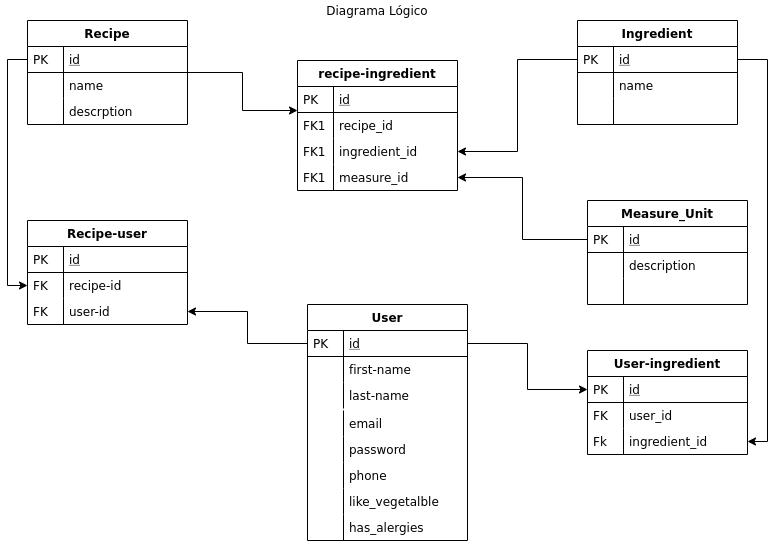
Above: public/images/Diagrama lógico.png in emanuelcortezr/Mi-Keto (draw.io), before the change. Source tidied: cells renumbered, new cells last; positions are measured from the earlier drawing's top-left corner, leaving out a move shared by most shapes.
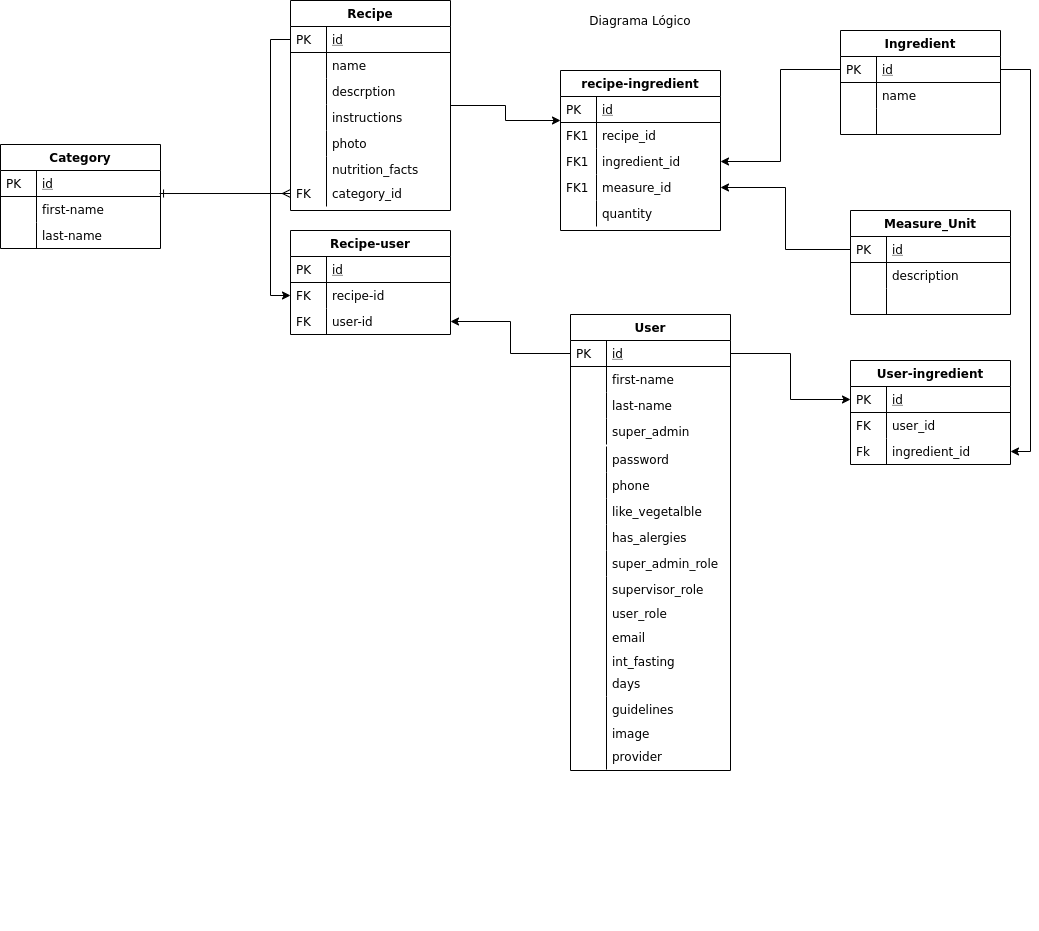
Later version of the same file.

Diff of the diagram source:
```diff
@@ -3,10 +3,10 @@
     <mxCell id="0" />
     <mxCell id="1" parent="0" />
     <mxCell id="2" style="group;" parent="1" vertex="1">
-      <mxGeometry width="720" height="540" as="geometry" />
+      <mxGeometry width="720" height="920" as="geometry" />
     </mxCell>
     <mxCell id="3" value="User" style="swimlane;fontStyle=1;horizontal=1;startSize=26;rounded=0;shadow=0;strokeWidth=1;" parent="2" vertex="1">
-      <mxGeometry x="280" y="304" width="160" height="236" as="geometry" />
+      <mxGeometry x="280" y="304" width="160" height="456" as="geometry" />
     </mxCell>
     <mxCell id="4" value="id" style="shape=partialRectangle;top=0;left=0;right=0;bottom=1;align=left;verticalAlign=top;fillColor=none;spacingLeft=40;spacingRight=4;overflow=hidden;points=[[0,0.5],[1,0.5]];portConstraint=eastwest;rounded=0;shadow=0;strokeWidth=1;fontStyle=4;" parent="3" vertex="1">
       <mxGeometry y="26" width="160" height="26" as="geometry" />
@@ -26,8 +26,14 @@
     <mxCell id="9" style="shape=partialRectangle;top=0;left=0;bottom=0;fillColor=none;align=left;verticalAlign=top;spacingLeft=4;spacingRight=4;overflow=hidden;" parent="8" vertex="1">
       <mxGeometry width="36" height="26" as="geometry" />
     </mxCell>
+    <mxCell id="73" value="super_admin" style="shape=partialRectangle;top=0;left=0;right=0;bottom=0;align=left;verticalAlign=top;fillColor=none;spacingLeft=40;spacingRight=4;overflow=hidden;rounded=0;shadow=0;strokeWidth=1;" parent="3" vertex="1">
+      <mxGeometry y="104" width="160" height="26" as="geometry" />
+    </mxCell>
+    <mxCell id="74" style="shape=partialRectangle;top=0;left=0;bottom=0;fillColor=none;align=left;verticalAlign=top;spacingLeft=4;spacingRight=4;overflow=hidden;" parent="73" vertex="1">
+      <mxGeometry width="36" height="26" as="geometry" />
+    </mxCell>
     <mxCell id="10" value="Recipe" style="swimlane;fontStyle=1;horizontal=1;startSize=26;rounded=0;shadow=0;strokeWidth=1;" parent="2" vertex="1">
-      <mxGeometry y="20" width="160" height="104" as="geometry" />
+      <mxGeometry y="-10" width="160" height="210" as="geometry" />
     </mxCell>
     <mxCell id="11" value="id" style="shape=partialRectangle;top=0;left=0;right=0;bottom=1;align=left;verticalAlign=top;fillColor=none;spacingLeft=40;spacingRight=4;overflow=hidden;points=[[0,0.5],[1,0.5]];portConstraint=eastwest;rounded=0;shadow=0;strokeWidth=1;fontStyle=4;" parent="10" vertex="1">
       <mxGeometry y="26" width="160" height="26" as="geometry" />
@@ -47,6 +53,24 @@
     <mxCell id="16" style="shape=partialRectangle;top=0;left=0;bottom=0;fillColor=none;align=left;verticalAlign=top;spacingLeft=4;spacingRight=4;overflow=hidden;" parent="15" vertex="1">
       <mxGeometry width="36" height="26" as="geometry" />
     </mxCell>
+    <mxCell id="75" value="instructions" style="shape=partialRectangle;top=0;left=0;right=0;bottom=0;align=left;verticalAlign=top;fillColor=none;spacingLeft=40;spacingRight=4;overflow=hidden;rounded=0;shadow=0;strokeWidth=1;" parent="10" vertex="1">
+      <mxGeometry y="104" width="160" height="26" as="geometry" />
+    </mxCell>
+    <mxCell id="76" style="shape=partialRectangle;top=0;left=0;bottom=0;fillColor=none;align=left;verticalAlign=top;spacingLeft=4;spacingRight=4;overflow=hidden;" parent="75" vertex="1">
+      <mxGeometry width="36" height="26" as="geometry" />
+    </mxCell>
+    <mxCell id="77" value="photo" style="shape=partialRectangle;top=0;left=0;right=0;bottom=0;align=left;verticalAlign=top;fillColor=none;spacingLeft=40;spacingRight=4;overflow=hidden;rounded=0;shadow=0;strokeWidth=1;" parent="10" vertex="1">
+      <mxGeometry y="130" width="160" height="26" as="geometry" />
+    </mxCell>
+    <mxCell id="78" style="shape=partialRectangle;top=0;left=0;bottom=0;fillColor=none;align=left;verticalAlign=top;spacingLeft=4;spacingRight=4;overflow=hidden;" parent="77" vertex="1">
+      <mxGeometry width="36" height="26" as="geometry" />
+    </mxCell>
+    <mxCell id="79" value="nutrition_facts" style="shape=partialRectangle;top=0;left=0;right=0;bottom=0;align=left;verticalAlign=top;fillColor=none;spacingLeft=40;spacingRight=4;overflow=hidden;rounded=0;shadow=0;strokeWidth=1;" parent="10" vertex="1">
+      <mxGeometry y="156" width="160" height="26" as="geometry" />
+    </mxCell>
+    <mxCell id="80" style="shape=partialRectangle;top=0;left=0;bottom=0;fillColor=none;align=left;verticalAlign=top;spacingLeft=4;spacingRight=4;overflow=hidden;" parent="79" vertex="1">
+      <mxGeometry width="36" height="26" as="geometry" />
+    </mxCell>
     <mxCell id="17" value="Measure_Unit" style="swimlane;fontStyle=1;horizontal=1;startSize=26;rounded=0;shadow=0;strokeWidth=1;" parent="2" vertex="1">
       <mxGeometry x="560" y="200" width="160" height="104" as="geometry" />
     </mxCell>
@@ -90,7 +114,7 @@
       <mxGeometry width="36" height="26" as="geometry" />
     </mxCell>
     <mxCell id="31" value="recipe-ingredient" style="swimlane;fontStyle=1;horizontal=1;startSize=26;rounded=0;shadow=0;strokeWidth=1;" parent="2" vertex="1">
-      <mxGeometry x="270" y="60" width="160" height="130" as="geometry" />
+      <mxGeometry x="270" y="60" width="160" height="160" as="geometry" />
     </mxCell>
     <mxCell id="32" value="id" style="shape=partialRectangle;top=0;left=0;right=0;bottom=1;align=left;verticalAlign=top;fillColor=none;spacingLeft=40;spacingRight=4;overflow=hidden;points=[[0,0.5],[1,0.5]];portConstraint=eastwest;rounded=0;shadow=0;strokeWidth=1;fontStyle=4;" parent="31" vertex="1">
       <mxGeometry y="26" width="160" height="26" as="geometry" />
@@ -128,12 +152,6 @@
     <mxCell id="43" style="edgeStyle=orthogonalEdgeStyle;rounded=0;jettySize=auto;html=1;exitX=0;exitY=0.5;exitDx=0;exitDy=0;entryX=1;entryY=0.5;entryDx=0;entryDy=0;" parent="2" edge="1" source="18" target="39">
       <mxGeometry relative="1" as="geometry" />
     </mxCell>
-    <mxCell id="44" value="email" style="shape=partialRectangle;top=0;left=0;right=0;bottom=0;align=left;verticalAlign=top;fillColor=none;spacingLeft=40;spacingRight=4;overflow=hidden;rounded=0;shadow=0;strokeWidth=1;" parent="2" vertex="1">
-      <mxGeometry x="280" y="410" width="160" height="26" as="geometry" />
-    </mxCell>
-    <mxCell id="45" style="shape=partialRectangle;top=0;left=0;bottom=0;fillColor=none;align=left;verticalAlign=top;spacingLeft=4;spacingRight=4;overflow=hidden;" parent="44" vertex="1">
-      <mxGeometry width="36" height="26" as="geometry" />
-    </mxCell>
     <mxCell id="46" value="password" style="shape=partialRectangle;top=0;left=0;right=0;bottom=0;align=left;verticalAlign=top;fillColor=none;spacingLeft=40;spacingRight=4;overflow=hidden;rounded=0;shadow=0;strokeWidth=1;" parent="2" vertex="1">
       <mxGeometry x="280" y="436" width="160" height="26" as="geometry" />
     </mxCell>
@@ -215,5 +233,95 @@
     <mxCell id="72" value="Diagrama Lógico" style="text;html=1;strokeColor=none;fillColor=none;align=center;verticalAlign=middle;whiteSpace=wrap;rounded=0;" parent="2" vertex="1">
       <mxGeometry x="280" width="140" height="20" as="geometry" />
     </mxCell>
+    <mxCell id="81" value="quantity" style="shape=partialRectangle;top=0;left=0;right=0;bottom=0;align=left;verticalAlign=top;fillColor=none;spacingLeft=40;spacingRight=4;overflow=hidden;rounded=0;shadow=0;strokeWidth=1;" parent="1" vertex="1">
+      <mxGeometry x="270" y="190" width="160" height="26" as="geometry" />
+    </mxCell>
+    <mxCell id="82" style="shape=partialRectangle;top=0;left=0;bottom=0;fillColor=none;align=left;verticalAlign=top;spacingLeft=4;spacingRight=4;overflow=hidden;" parent="81" vertex="1">
+      <mxGeometry width="36" height="26" as="geometry" />
+    </mxCell>
+    <mxCell id="83" value="category_id" style="shape=partialRectangle;top=0;left=0;right=0;bottom=0;align=left;verticalAlign=top;fillColor=none;spacingLeft=40;spacingRight=4;overflow=hidden;points=[[0,0.5],[1,0.5]];portConstraint=eastwest;rounded=0;shadow=0;strokeWidth=1;" parent="1" vertex="1">
+      <mxGeometry y="170" width="160" height="26" as="geometry" />
+    </mxCell>
+    <mxCell id="84" value="FK" style="shape=partialRectangle;top=0;left=0;bottom=0;fillColor=none;align=left;verticalAlign=top;spacingLeft=4;spacingRight=4;overflow=hidden;" parent="83" vertex="1">
+      <mxGeometry width="36" height="26" as="geometry" />
+    </mxCell>
+    <mxCell id="85" value="super_admin_role" style="shape=partialRectangle;top=0;left=0;right=0;bottom=0;align=left;verticalAlign=top;fillColor=none;spacingLeft=40;spacingRight=4;overflow=hidden;rounded=0;shadow=0;strokeWidth=1;" parent="1" vertex="1">
+      <mxGeometry x="280" y="540" width="160" height="26" as="geometry" />
+    </mxCell>
+    <mxCell id="86" style="shape=partialRectangle;top=0;left=0;bottom=0;fillColor=none;align=left;verticalAlign=top;spacingLeft=4;spacingRight=4;overflow=hidden;" parent="85" vertex="1">
+      <mxGeometry width="36" height="26" as="geometry" />
+    </mxCell>
+    <mxCell id="87" value="supervisor_role" style="shape=partialRectangle;top=0;left=0;right=0;bottom=0;align=left;verticalAlign=top;fillColor=none;spacingLeft=40;spacingRight=4;overflow=hidden;rounded=0;shadow=0;strokeWidth=1;" parent="1" vertex="1">
+      <mxGeometry x="280" y="566" width="160" height="26" as="geometry" />
+    </mxCell>
+    <mxCell id="88" style="shape=partialRectangle;top=0;left=0;bottom=0;fillColor=none;align=left;verticalAlign=top;spacingLeft=4;spacingRight=4;overflow=hidden;" parent="87" vertex="1">
+      <mxGeometry width="36" height="26" as="geometry" />
+    </mxCell>
+    <mxCell id="89" value="user_role" style="shape=partialRectangle;top=0;left=0;right=0;bottom=0;align=left;verticalAlign=top;fillColor=none;spacingLeft=40;spacingRight=4;overflow=hidden;rounded=0;shadow=0;strokeWidth=1;" parent="1" vertex="1">
+      <mxGeometry x="280" y="590" width="160" height="26" as="geometry" />
+    </mxCell>
+    <mxCell id="90" style="shape=partialRectangle;top=0;left=0;bottom=0;fillColor=none;align=left;verticalAlign=top;spacingLeft=4;spacingRight=4;overflow=hidden;" parent="89" vertex="1">
+      <mxGeometry width="36" height="26" as="geometry" />
+    </mxCell>
+    <mxCell id="44" value="email" style="shape=partialRectangle;top=0;left=0;right=0;bottom=0;align=left;verticalAlign=top;fillColor=none;spacingLeft=40;spacingRight=4;overflow=hidden;rounded=0;shadow=0;strokeWidth=1;" parent="1" vertex="1">
+      <mxGeometry x="280" y="614" width="160" height="26" as="geometry" />
+    </mxCell>
+    <mxCell id="91" style="shape=partialRectangle;top=0;left=0;bottom=0;fillColor=none;align=left;verticalAlign=top;spacingLeft=4;spacingRight=4;overflow=hidden;" parent="44" vertex="1">
+      <mxGeometry width="36" height="26" as="geometry" />
+    </mxCell>
+    <mxCell id="92" style="endArrow=ERmany;html=1;exitX=0.994;exitY=-0.115;exitDx=0;exitDy=0;exitPerimeter=0;entryX=0;entryY=0.5;entryDx=0;entryDy=0;endFill=0;startArrow=ERone;startFill=0;" parent="1" edge="1" source="96" target="83">
+      <mxGeometry relative="1" as="geometry" />
+    </mxCell>
+    <mxCell id="93" value="Category" style="swimlane;fontStyle=1;horizontal=1;startSize=26;rounded=0;shadow=0;strokeWidth=1;" parent="1" vertex="1">
+      <mxGeometry x="-290" y="134" width="160" height="104" as="geometry" />
+    </mxCell>
+    <mxCell id="94" value="id" style="shape=partialRectangle;top=0;left=0;right=0;bottom=1;align=left;verticalAlign=top;fillColor=none;spacingLeft=40;spacingRight=4;overflow=hidden;rounded=0;shadow=0;strokeWidth=1;fontStyle=4;" parent="93" vertex="1">
+      <mxGeometry y="26" width="160" height="26" as="geometry" />
+    </mxCell>
+    <mxCell id="95" value="PK" style="shape=partialRectangle;top=0;left=0;bottom=0;fillColor=none;align=left;verticalAlign=top;spacingLeft=4;spacingRight=4;overflow=hidden;" parent="94" vertex="1">
+      <mxGeometry width="36" height="26" as="geometry" />
+    </mxCell>
+    <mxCell id="96" value="first-name" style="shape=partialRectangle;top=0;left=0;right=0;bottom=0;align=left;verticalAlign=top;fillColor=none;spacingLeft=40;spacingRight=4;overflow=hidden;points=[[0,0.5],[1,0.5]];portConstraint=eastwest;rounded=0;shadow=0;strokeWidth=1;" parent="93" vertex="1">
+      <mxGeometry y="52" width="160" height="26" as="geometry" />
+    </mxCell>
+    <mxCell id="97" style="shape=partialRectangle;top=0;left=0;bottom=0;fillColor=none;align=left;verticalAlign=top;spacingLeft=4;spacingRight=4;overflow=hidden;" parent="96" vertex="1">
+      <mxGeometry width="36" height="26" as="geometry" />
+    </mxCell>
+    <mxCell id="98" value="last-name" style="shape=partialRectangle;top=0;left=0;right=0;bottom=0;align=left;verticalAlign=top;fillColor=none;spacingLeft=40;spacingRight=4;overflow=hidden;rounded=0;shadow=0;strokeWidth=1;" parent="93" vertex="1">
+      <mxGeometry y="78" width="160" height="26" as="geometry" />
+    </mxCell>
+    <mxCell id="99" style="shape=partialRectangle;top=0;left=0;bottom=0;fillColor=none;align=left;verticalAlign=top;spacingLeft=4;spacingRight=4;overflow=hidden;" parent="98" vertex="1">
+      <mxGeometry width="36" height="26" as="geometry" />
+    </mxCell>
+    <mxCell id="100" value="int_fasting" style="shape=partialRectangle;top=0;left=0;right=0;bottom=0;align=left;verticalAlign=top;fillColor=none;spacingLeft=40;spacingRight=4;overflow=hidden;rounded=0;shadow=0;strokeWidth=1;" parent="1" vertex="1">
+      <mxGeometry x="280" y="638" width="160" height="26" as="geometry" />
+    </mxCell>
+    <mxCell id="101" style="shape=partialRectangle;top=0;left=0;bottom=0;fillColor=none;align=left;verticalAlign=top;spacingLeft=4;spacingRight=4;overflow=hidden;" parent="100" vertex="1">
+      <mxGeometry width="36" height="26" as="geometry" />
+    </mxCell>
+    <mxCell id="102" value="days" style="shape=partialRectangle;top=0;left=0;right=0;bottom=0;align=left;verticalAlign=top;fillColor=none;spacingLeft=40;spacingRight=4;overflow=hidden;rounded=0;shadow=0;strokeWidth=1;" parent="1" vertex="1">
+      <mxGeometry x="280" y="660" width="160" height="26" as="geometry" />
+    </mxCell>
+    <mxCell id="103" style="shape=partialRectangle;top=0;left=0;bottom=0;fillColor=none;align=left;verticalAlign=top;spacingLeft=4;spacingRight=4;overflow=hidden;" parent="102" vertex="1">
+      <mxGeometry width="36" height="26" as="geometry" />
+    </mxCell>
+    <mxCell id="104" value="guidelines" style="shape=partialRectangle;top=0;left=0;right=0;bottom=0;align=left;verticalAlign=top;fillColor=none;spacingLeft=40;spacingRight=4;overflow=hidden;rounded=0;shadow=0;strokeWidth=1;" parent="1" vertex="1">
+      <mxGeometry x="280" y="686" width="160" height="26" as="geometry" />
+    </mxCell>
+    <mxCell id="105" style="shape=partialRectangle;top=0;left=0;bottom=0;fillColor=none;align=left;verticalAlign=top;spacingLeft=4;spacingRight=4;overflow=hidden;" parent="104" vertex="1">
+      <mxGeometry width="36" height="26" as="geometry" />
+    </mxCell>
+    <mxCell id="106" value="image" style="shape=partialRectangle;top=0;left=0;right=0;bottom=0;align=left;verticalAlign=top;fillColor=none;spacingLeft=40;spacingRight=4;overflow=hidden;rounded=0;shadow=0;strokeWidth=1;" parent="1" vertex="1">
+      <mxGeometry x="280" y="710" width="160" height="26" as="geometry" />
+    </mxCell>
+    <mxCell id="107" style="shape=partialRectangle;top=0;left=0;bottom=0;fillColor=none;align=left;verticalAlign=top;spacingLeft=4;spacingRight=4;overflow=hidden;" parent="106" vertex="1">
+      <mxGeometry width="36" height="26" as="geometry" />
+    </mxCell>
+    <mxCell id="108" value="provider" style="shape=partialRectangle;top=0;left=0;right=0;bottom=0;align=left;verticalAlign=top;fillColor=none;spacingLeft=40;spacingRight=4;overflow=hidden;rounded=0;shadow=0;strokeWidth=1;" parent="1" vertex="1">
+      <mxGeometry x="280" y="733" width="160" height="26" as="geometry" />
+    </mxCell>
+    <mxCell id="109" style="shape=partialRectangle;top=0;left=0;bottom=0;fillColor=none;align=left;verticalAlign=top;spacingLeft=4;spacingRight=4;overflow=hidden;" parent="108" vertex="1">
+      <mxGeometry width="36" height="26" as="geometry" />
+    </mxCell>
   </root>
 </mxGraphModel>
```
